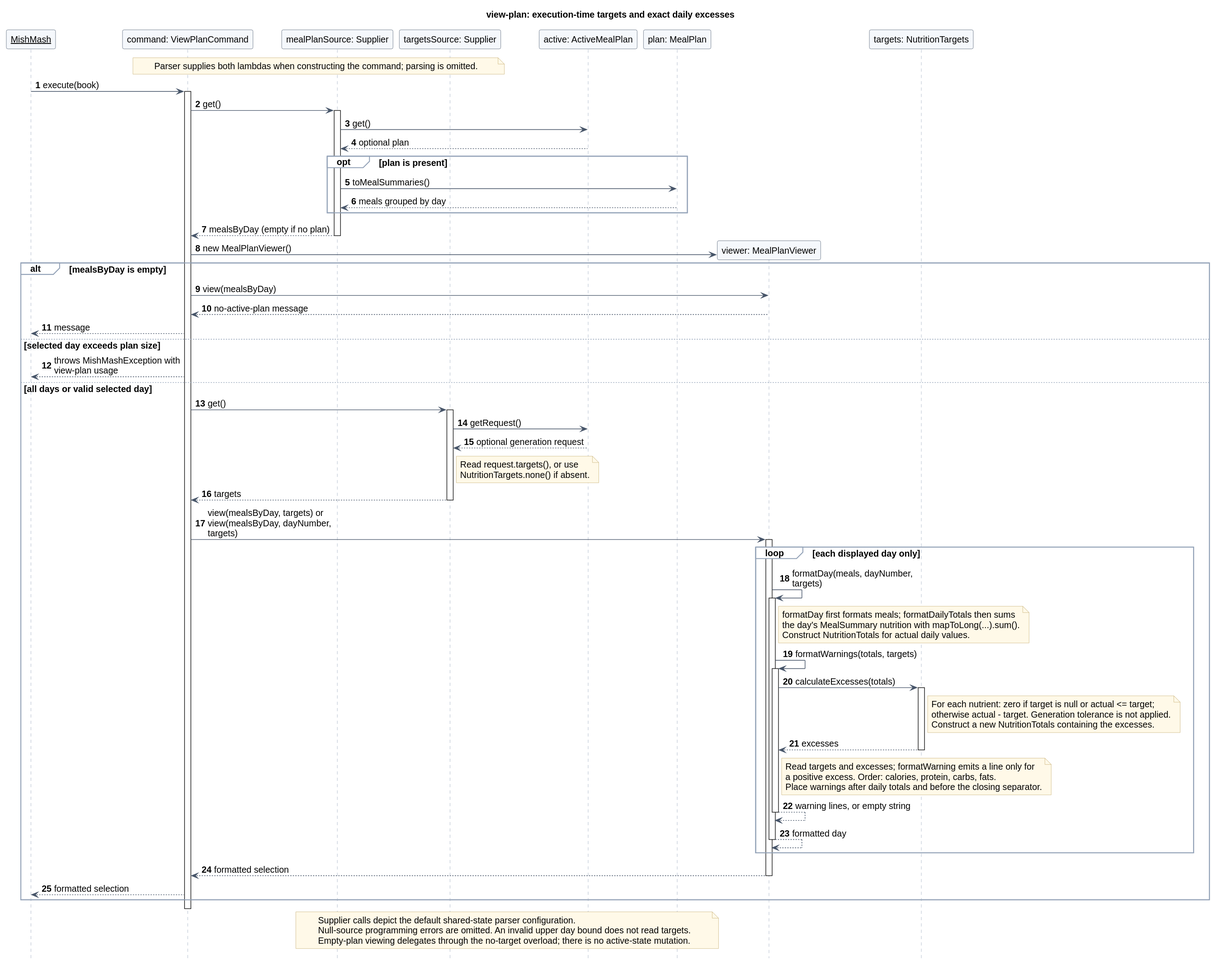
AY2627S1-CS2113-W13-4/tp keeps this PlantUML diagram as docs/images/oilybikechain/excess-warnings.svg. Above is the earlier version.
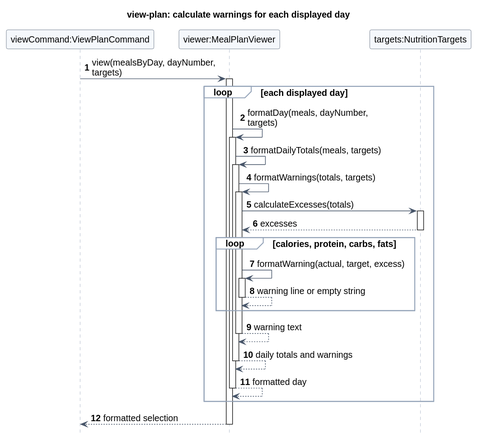
After the commit.

What changed in the source:
```diff
@@ -1,83 +1,38 @@
 @startuml
-!include ../shortfall/style.iuml
-title view-plan: execution-time targets and exact daily excesses
+!include ../rixte/shortfall/style.iuml
+title view-plan: calculate warnings for each displayed day
 autonumber
-participant "<u>MishMash</u>" as App
-participant "command: ViewPlanCommand" as Cmd
-participant "mealPlanSource: Supplier" as Meals
-participant "targetsSource: Supplier" as TargetSource
-participant "active: ActiveMealPlan" as Active
-participant "plan: MealPlan" as Plan
 
-note over Cmd, TargetSource : Parser supplies both lambdas when constructing the command; parsing is omitted.
-App -> Cmd : execute(book)
-activate Cmd
-Cmd -> Meals : get()
-activate Meals
-Meals -> Active : get()
-Active --> Meals : optional plan
-opt plan is present
-  Meals -> Plan : toMealSummaries()
-  Plan --> Meals : meals grouped by day
-end
-Meals --> Cmd : mealsByDay (empty if no plan)
-deactivate Meals
-create participant "viewer: MealPlanViewer" as Viewer
-Cmd -> Viewer : new MealPlanViewer()
-alt mealsByDay is empty
-  Cmd -> Viewer : view(mealsByDay)
-  Viewer --> Cmd : no-active-plan message
-  Cmd --> App : message
-else selected day exceeds plan size
-  Cmd --> App : throws MishMashException with view-plan usage
-else all days or valid selected day
-  Cmd -> TargetSource : get()
-  activate TargetSource
-  TargetSource -> Active : getRequest()
-  Active --> TargetSource : optional generation request
-  note right of TargetSource : Read request.targets(), or use\nNutritionTargets.none() if absent.
-  TargetSource --> Cmd : targets
-  deactivate TargetSource
-  participant "targets: NutritionTargets" as Targets
-  Cmd -> Viewer : view(mealsByDay, targets) or\nview(mealsByDay, dayNumber, targets)
+participant "viewCommand:ViewPlanCommand" as View
+participant "viewer:MealPlanViewer" as Viewer
+participant "targets:NutritionTargets" as Targets
+
+View -> Viewer : view(mealsByDay, dayNumber, targets)
+activate Viewer
+loop each displayed day
+  Viewer -> Viewer : formatDay(meals, dayNumber, targets)
   activate Viewer
-  loop each displayed day only
-    Viewer -> Viewer : formatDay(meals, dayNumber, targets)
+  Viewer -> Viewer : formatDailyTotals(meals, targets)
+  activate Viewer
+  Viewer -> Viewer : formatWarnings(totals, targets)
+  activate Viewer
+  Viewer -> Targets : calculateExcesses(totals)
+  activate Targets
+  Targets --> Viewer : excesses
+  deactivate Targets
+  loop calories, protein, carbs, fats
+    Viewer -> Viewer : formatWarning(actual, target, excess)
     activate Viewer
-    note right of Viewer
-      formatDay first formats meals; formatDailyTotals then sums
-      the day's MealSummary nutrition with mapToLong(...).sum().
-      Construct NutritionTotals for actual daily values.
-    end note
-    Viewer -> Viewer : formatWarnings(totals, targets)
-    activate Viewer
-    Viewer -> Targets : calculateExcesses(totals)
-    activate Targets
-    note right of Targets
-      For each nutrient: zero if target is null or actual <= target;
-      otherwise actual - target. Generation tolerance is not applied.
-      Construct a new NutritionTotals containing the excesses.
-    end note
-    Targets --> Viewer : excesses
-    deactivate Targets
-    note right of Viewer
-      Read targets and excesses; formatWarning emits a line only for
-      a positive excess. Order: calories, protein, carbs, fats.
-      Place warnings after daily totals and before the closing separator.
-    end note
-    Viewer --> Viewer : warning lines, or empty string
-    deactivate Viewer
-    Viewer --> Viewer : formatted day
+    Viewer --> Viewer : warning line or empty string
     deactivate Viewer
   end
-  Viewer --> Cmd : formatted selection
+  Viewer --> Viewer : warning text
   deactivate Viewer
-  Cmd --> App : formatted selection
+  Viewer --> Viewer : daily totals and warnings
+  deactivate Viewer
+  Viewer --> Viewer : formatted day
+  deactivate Viewer
 end
-deactivate Cmd
-note over Meals, Plan
-  Supplier calls depict the default shared-state parser configuration.
-  Null-source programming errors are omitted. An invalid upper day bound does not read targets.
-  Empty-plan viewing delegates through the no-target overload; there is no active-state mutation.
-end note
+Viewer --> View : formatted selection
+deactivate Viewer
 @enduml
```
